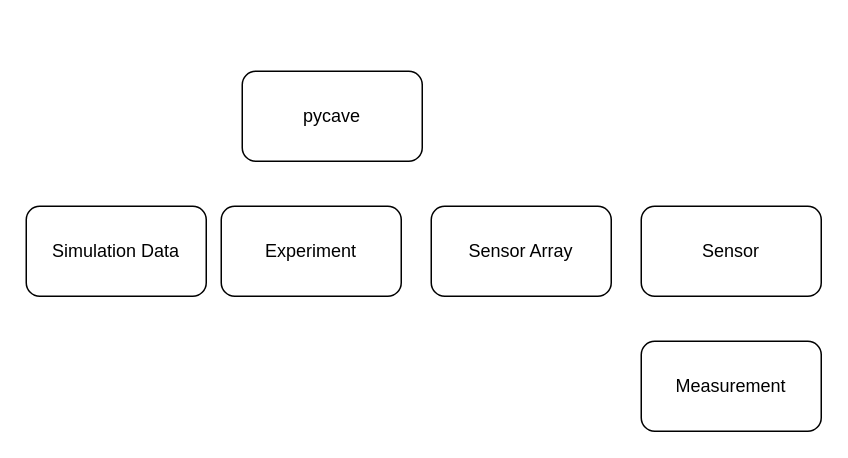
Earlier version of the draw.io diagram pycave-workflow.drawio (Digital-Validation-Laboratory/pyvale). Source tidied: cells renumbered, new cells numbered last; positions are measured from the earlier drawing's top-left corner, leaving out a move shared by most shapes. Both pictures are drawn from the tidied source at 150%, with x=0, y=0 at pixel (26, 70).
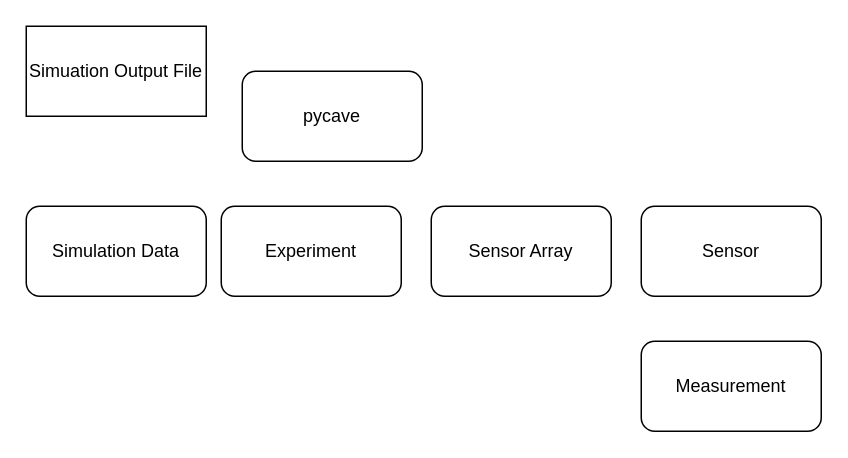
After the change.

Change to the diagram source:
```diff
@@
 <mxGraphModel>
   <root>
     <mxCell id="0" />
     <mxCell id="1" parent="0" />
     <mxCell id="2" value="pycave" style="rounded=1;whiteSpace=wrap;html=1;" parent="1" vertex="1">
       <mxGeometry x="144" width="120" height="60" as="geometry" />
     </mxCell>
     <mxCell id="3" value="Simulation Data" style="rounded=1;whiteSpace=wrap;html=1;" parent="1" vertex="1">
       <mxGeometry y="90" width="120" height="60" as="geometry" />
     </mxCell>
     <mxCell id="4" value="Sensor" style="rounded=1;whiteSpace=wrap;html=1;" parent="1" vertex="1">
       <mxGeometry x="410" y="90" width="120" height="60" as="geometry" />
     </mxCell>
     <mxCell id="5" value="Sensor Array" style="rounded=1;whiteSpace=wrap;html=1;" parent="1" vertex="1">
       <mxGeometry x="270" y="90" width="120" height="60" as="geometry" />
     </mxCell>
     <mxCell id="6" value="Measurement" style="rounded=1;whiteSpace=wrap;html=1;" parent="1" vertex="1">
       <mxGeometry x="410" y="180" width="120" height="60" as="geometry" />
     </mxCell>
     <mxCell id="7" value="Experiment" style="rounded=1;whiteSpace=wrap;html=1;" parent="1" vertex="1">
       <mxGeometry x="130" y="90" width="120" height="60" as="geometry" />
     </mxCell>
+    <mxCell id="8" value="Simuation Output File" style="rounded=0;whiteSpace=wrap;html=1;" parent="1" vertex="1">
+      <mxGeometry y="-30" width="120" height="60" as="geometry" />
+    </mxCell>
   </root>
 </mxGraphModel>
```
